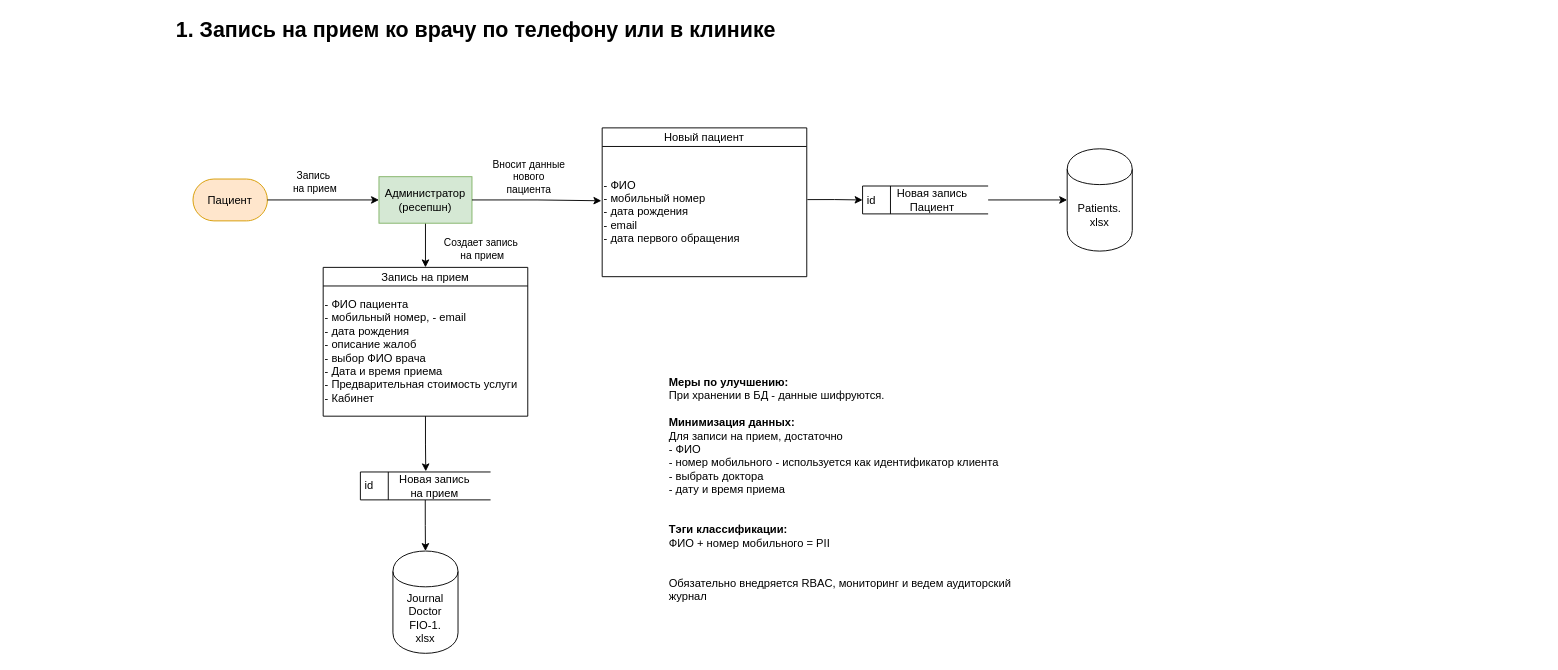
This is page "Запись на прием ко врачу" (1 of 7) of Exc1/Data Flow Diagrams.drawio from Ayzatullin/architecture-sprint-10, a draw.io file, before an edit. Source tidied: cells renumbered, new cells numbered last; positions are measured from the earlier drawing's top-left corner, leaving out a move shared by most shapes. Both pictures are drawn from the tidied source at 93%, with x=0, y=0 at pixel (174, 16).
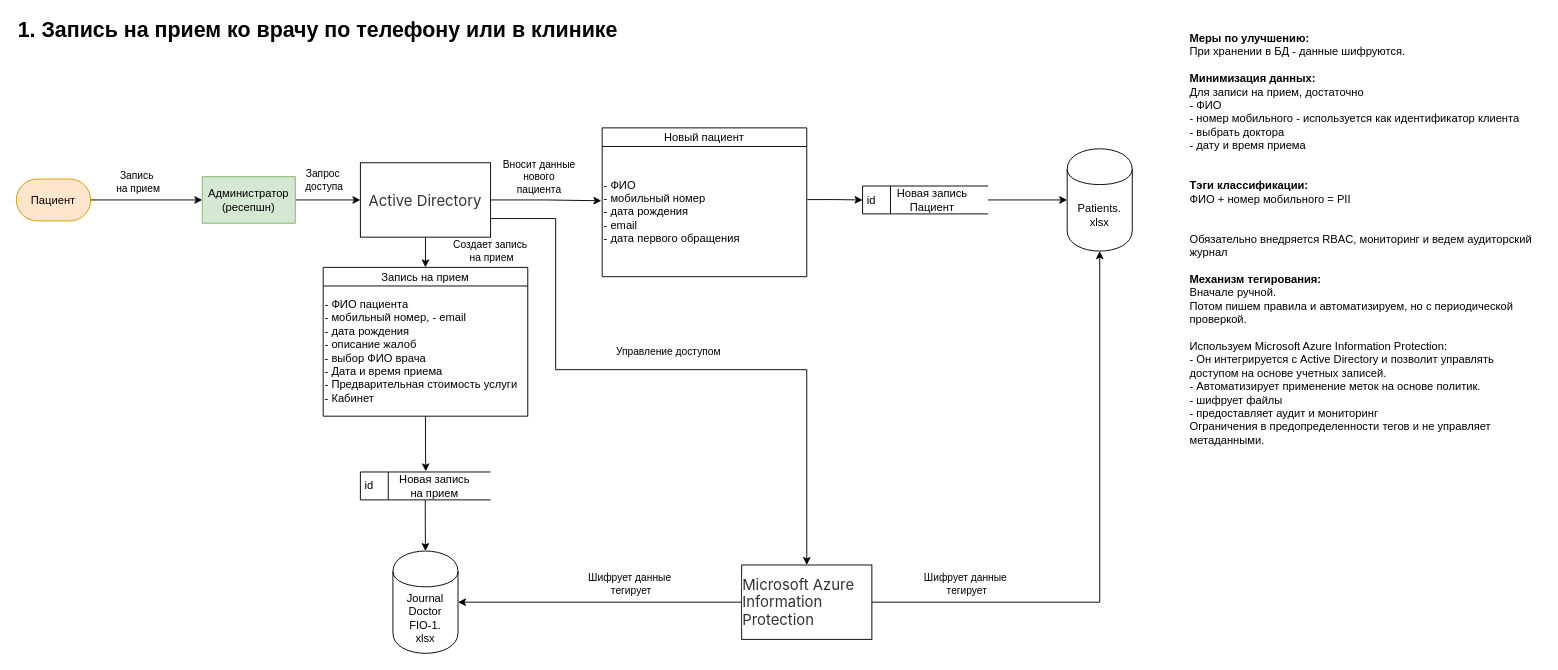
Above is the later version.

Commit message (it also covers changes not shown here):
В 1 задании описал механизм тегирование и инструменты в data flow diagrams

Unchanged cells that the change refers to:
```xml
<mxCell id="6" value="Запись на прием" style="swimlane;fontStyle=0;horizontal=1;startSize=20;fillColor=#ffffff;swimlaneFillColor=#ffffff;" parent="1" vertex="1">
  <mxGeometry x="160" y="270" width="220" height="160" as="geometry" />
</mxCell>
<mxCell id="9" value="Journal&lt;div&gt;Doctor&lt;/div&gt;&lt;div&gt;FIO-1.&lt;/div&gt;&lt;div&gt;xlsx&lt;/div&gt;" style="shape=cylinder;whiteSpace=wrap;html=1;boundedLbl=1;backgroundOutline=1;" parent="1" vertex="1">
  <mxGeometry x="235" y="575" width="70" height="110" as="geometry" />
</mxCell>
<mxCell id="12" value="&lt;div&gt;Patients.&lt;/div&gt;&lt;div&gt;xlsx&lt;/div&gt;" style="shape=cylinder;whiteSpace=wrap;html=1;boundedLbl=1;backgroundOutline=1;" parent="1" vertex="1">
  <mxGeometry x="960" y="142.5" width="70" height="110" as="geometry" />
</mxCell>
<mxCell id="21" value="&lt;div style=&quot;&quot;&gt;- ФИО&lt;/div&gt;&lt;div style=&quot;&quot;&gt;- мобильный номер&lt;/div&gt;&lt;div style=&quot;&quot;&gt;- дата рождения&lt;/div&gt;&lt;div style=&quot;&quot;&gt;- email&lt;/div&gt;&lt;div style=&quot;&quot;&gt;- дата первого обращения&lt;/div&gt;" style="text;html=1;align=left;verticalAlign=middle;whiteSpace=wrap;rounded=0;" parent="1" vertex="1">
  <mxGeometry x="460" y="140" width="220" height="140" as="geometry" />
</mxCell>
```

The edit, as a diff of the source:
```diff
@@
     <mxCell id="2" value="Пациент" style="html=1;dashed=0;whiteSpace=wrap;shape=mxgraph.dfd.start;fillColor=#ffe6cc;strokeColor=#d79b00;" parent="1" vertex="1">
-      <mxGeometry x="20" y="175" width="80" height="45" as="geometry" />
+      <mxGeometry x="-170" y="175" width="80" height="45" as="geometry" />
     </mxCell>
-    <mxCell id="3" style="edgeStyle=orthogonalEdgeStyle;rounded=0;jettySize=auto;html=1;entryX=0.5;entryY=0;entryDx=0;entryDy=0;" parent="1" edge="1" source="5" target="6">
+    <mxCell id="3" style="edgeStyle=orthogonalEdgeStyle;rounded=0;jettySize=auto;html=1;entryX=0.5;entryY=0;entryDx=0;entryDy=0;exitX=0.5;exitY=1;exitDx=0;exitDy=0;" parent="1" edge="1" source="30" target="6">
       <mxGeometry relative="1" as="geometry" />
     </mxCell>
     <mxCell id="4" value="Создает запись&amp;nbsp;&lt;div&gt;на прием&lt;/div&gt;" style="edgeLabel;html=1;align=center;verticalAlign=middle;" parent="3" vertex="1">
       <mxGeometry x="-0.01" y="1" relative="1" as="geometry">
-        <mxPoint x="59" y="4" as="offset" />
+        <mxPoint x="69" y="-1" as="offset" />
       </mxGeometry>
     </mxCell>
+    <mxCell id="26" style="edgeStyle=orthogonalEdgeStyle;rounded=0;jettySize=auto;html=1;entryX=0;entryY=0.5;entryDx=0;entryDy=0;" parent="1" edge="1" source="5" target="30">
+      <mxGeometry relative="1" as="geometry" />
+    </mxCell>
+    <mxCell id="27" value="Запрос&amp;nbsp;&lt;div&gt;доступа&lt;/div&gt;" style="edgeLabel;html=1;align=center;verticalAlign=middle;" parent="26" vertex="1">
+      <mxGeometry x="-0.17" y="1" relative="1" as="geometry">
+        <mxPoint x="1" y="-21" as="offset" />
+      </mxGeometry>
+    </mxCell>
     <mxCell id="5" value="Администратор (ресепшн)" style="html=1;dashed=0;whiteSpace=wrap;fillColor=#d5e8d4;strokeColor=#82b366;" parent="1" vertex="1">
-      <mxGeometry x="220" y="172.5" width="100" height="50" as="geometry" />
+      <mxGeometry x="30" y="172.5" width="100" height="50" as="geometry" />
     </mxCell>
@@
     <mxCell id="18" value="1. Запись на прием ко врачу по телефону или в клинике" style="text;html=1;align=left;verticalAlign=middle;whiteSpace=wrap;rounded=0;fontStyle=1;fontSize=23;" parent="1" vertex="1">
-      <mxGeometry width="660" height="30" as="geometry" />
+      <mxGeometry x="-170" width="660" height="30" as="geometry" />
     </mxCell>
@@
-    <mxCell id="23" style="edgeStyle=orthogonalEdgeStyle;rounded=0;jettySize=auto;html=1;entryX=-0.004;entryY=0.417;entryDx=0;entryDy=0;entryPerimeter=0;" parent="1" edge="1" source="5" target="21">
+    <mxCell id="23" style="edgeStyle=orthogonalEdgeStyle;rounded=0;jettySize=auto;html=1;entryX=-0.004;entryY=0.417;entryDx=0;entryDy=0;entryPerimeter=0;exitX=1;exitY=0.5;exitDx=0;exitDy=0;" parent="1" edge="1" source="30" target="21">
       <mxGeometry relative="1" as="geometry" />
     </mxCell>
@@
-    <mxCell id="25" value="&lt;div&gt;&lt;span style=&quot;background-color: transparent; color: light-dark(rgb(0, 0, 0), rgb(255, 255, 255));&quot;&gt;&lt;b&gt;Меры по улучшению:&lt;/b&gt;&lt;/span&gt;&lt;/div&gt;&lt;div&gt;&lt;span style=&quot;background-color: transparent; color: light-dark(rgb(0, 0, 0), rgb(255, 255, 255));&quot;&gt;При хранении в БД - данные шифруются.&lt;/span&gt;&lt;/div&gt;&lt;div&gt;&lt;span style=&quot;background-color: transparent; color: light-dark(rgb(0, 0, 0), rgb(255, 255, 255));&quot;&gt;&lt;br&gt;&lt;/span&gt;&lt;/div&gt;&lt;div&gt;&lt;span style=&quot;background-color: transparent; color: light-dark(rgb(0, 0, 0), rgb(255, 255, 255));&quot;&gt;&lt;b&gt;Минимизация данных:&lt;/b&gt;&lt;/span&gt;&lt;/div&gt;&lt;div&gt;&lt;span style=&quot;background-color: transparent; color: light-dark(rgb(0, 0, 0), rgb(255, 255, 255));&quot;&gt;Для записи на прием, достаточно&amp;nbsp;&lt;/span&gt;&lt;/div&gt;&lt;div&gt;&lt;span style=&quot;background-color: transparent; color: light-dark(rgb(0, 0, 0), rgb(255, 255, 255));&quot;&gt;- ФИО&lt;/span&gt;&lt;/div&gt;&lt;div&gt;&lt;span style=&quot;background-color: transparent; color: light-dark(rgb(0, 0, 0), rgb(255, 255, 255));&quot;&gt;- номер мобильного - используется как идентификатор клиента&lt;/span&gt;&lt;/div&gt;&lt;div&gt;&lt;span style=&quot;background-color: transparent; color: light-dark(rgb(0, 0, 0), rgb(255, 255, 255));&quot;&gt;- выбрать доктора&lt;/span&gt;&lt;/div&gt;&lt;div&gt;&lt;span style=&quot;background-color: transparent; color: light-dark(rgb(0, 0, 0), rgb(255, 255, 255));&quot;&gt;- дату и время приема&lt;/span&gt;&lt;/div&gt;&lt;div&gt;&lt;span style=&quot;background-color: transparent; color: light-dark(rgb(0, 0, 0), rgb(255, 255, 255));&quot;&gt;&lt;br&gt;&lt;/span&gt;&lt;/div&gt;&lt;div&gt;&lt;br&gt;&lt;/div&gt;&lt;div&gt;&lt;b&gt;Тэги классификации:&lt;/b&gt;&lt;/div&gt;&lt;div&gt;ФИО +&amp;nbsp;&lt;span style=&quot;background-color: transparent; color: light-dark(rgb(0, 0, 0), rgb(255, 255, 255));&quot;&gt;номер мобильного = PII&lt;/span&gt;&lt;/div&gt;&lt;div&gt;&lt;span style=&quot;background-color: transparent; color: light-dark(rgb(0, 0, 0), rgb(255, 255, 255));&quot;&gt;&lt;br&gt;&lt;/span&gt;&lt;/div&gt;&lt;div&gt;&lt;span style=&quot;background-color: transparent; color: light-dark(rgb(0, 0, 0), rgb(255, 255, 255));&quot;&gt;&lt;br&gt;&lt;/span&gt;&lt;/div&gt;&lt;div&gt;&lt;span style=&quot;background-color: transparent; color: light-dark(rgb(0, 0, 0), rgb(255, 255, 255));&quot;&gt;Обязательно внедряется RBAC, мониторинг и ведем аудиторский журнал&lt;/span&gt;&lt;/div&gt;" style="text;html=1;align=left;verticalAlign=top;whiteSpace=wrap;rounded=0;" parent="1" vertex="1">
-      <mxGeometry x="530" y="380" width="380" height="250" as="geometry" />
+    <mxCell id="25" value="&lt;div&gt;&lt;span style=&quot;background-color: transparent; color: light-dark(rgb(0, 0, 0), rgb(255, 255, 255));&quot;&gt;&lt;b&gt;Меры по улучшению:&lt;/b&gt;&lt;/span&gt;&lt;/div&gt;&lt;div&gt;&lt;span style=&quot;background-color: transparent; color: light-dark(rgb(0, 0, 0), rgb(255, 255, 255));&quot;&gt;При хранении в БД - данные шифруются.&lt;/span&gt;&lt;/div&gt;&lt;div&gt;&lt;span style=&quot;background-color: transparent; color: light-dark(rgb(0, 0, 0), rgb(255, 255, 255));&quot;&gt;&lt;br&gt;&lt;/span&gt;&lt;/div&gt;&lt;div&gt;&lt;span style=&quot;background-color: transparent; color: light-dark(rgb(0, 0, 0), rgb(255, 255, 255));&quot;&gt;&lt;b&gt;Минимизация данных:&lt;/b&gt;&lt;/span&gt;&lt;/div&gt;&lt;div&gt;&lt;span style=&quot;background-color: transparent; color: light-dark(rgb(0, 0, 0), rgb(255, 255, 255));&quot;&gt;Для записи на прием, достаточно&amp;nbsp;&lt;/span&gt;&lt;/div&gt;&lt;div&gt;&lt;span style=&quot;background-color: transparent; color: light-dark(rgb(0, 0, 0), rgb(255, 255, 255));&quot;&gt;- ФИО&lt;/span&gt;&lt;/div&gt;&lt;div&gt;&lt;span style=&quot;background-color: transparent; color: light-dark(rgb(0, 0, 0), rgb(255, 255, 255));&quot;&gt;- номер мобильного - используется как идентификатор клиента&lt;/span&gt;&lt;/div&gt;&lt;div&gt;&lt;span style=&quot;background-color: transparent; color: light-dark(rgb(0, 0, 0), rgb(255, 255, 255));&quot;&gt;- выбрать доктора&lt;/span&gt;&lt;/div&gt;&lt;div&gt;&lt;span style=&quot;background-color: transparent; color: light-dark(rgb(0, 0, 0), rgb(255, 255, 255));&quot;&gt;- дату и время приема&lt;/span&gt;&lt;/div&gt;&lt;div&gt;&lt;span style=&quot;background-color: transparent; color: light-dark(rgb(0, 0, 0), rgb(255, 255, 255));&quot;&gt;&lt;br&gt;&lt;/span&gt;&lt;/div&gt;&lt;div&gt;&lt;br&gt;&lt;/div&gt;&lt;div&gt;&lt;b&gt;Тэги классификации:&lt;/b&gt;&lt;/div&gt;&lt;div&gt;ФИО +&amp;nbsp;&lt;span style=&quot;background-color: transparent; color: light-dark(rgb(0, 0, 0), rgb(255, 255, 255));&quot;&gt;номер мобильного = PII&lt;/span&gt;&lt;/div&gt;&lt;div&gt;&lt;span style=&quot;background-color: transparent; color: light-dark(rgb(0, 0, 0), rgb(255, 255, 255));&quot;&gt;&lt;br&gt;&lt;/span&gt;&lt;/div&gt;&lt;div&gt;&lt;span style=&quot;background-color: transparent; color: light-dark(rgb(0, 0, 0), rgb(255, 255, 255));&quot;&gt;&lt;br&gt;&lt;/span&gt;&lt;/div&gt;&lt;div&gt;&lt;span style=&quot;background-color: transparent; color: light-dark(rgb(0, 0, 0), rgb(255, 255, 255));&quot;&gt;Обязательно внедряется RBAC, мониторинг и ведем аудиторский журнал&lt;/span&gt;&lt;/div&gt;&lt;div&gt;&lt;span style=&quot;background-color: transparent; color: light-dark(rgb(0, 0, 0), rgb(255, 255, 255));&quot;&gt;&lt;br&gt;&lt;/span&gt;&lt;/div&gt;&lt;div&gt;&lt;span style=&quot;background-color: transparent; color: light-dark(rgb(0, 0, 0), rgb(255, 255, 255));&quot;&gt;&lt;b&gt;Механизм тегирования:&lt;/b&gt;&lt;/span&gt;&lt;/div&gt;&lt;div&gt;Вначале ручной.&amp;nbsp;&lt;/div&gt;&lt;div&gt;Потом пишем правила и автоматизируем, но с периодической проверкой.&lt;/div&gt;&lt;div&gt;&lt;br&gt;&lt;/div&gt;&lt;div&gt;Используем&amp;nbsp;Microsoft Azure Information Protection:&lt;/div&gt;&lt;div&gt;- Он интегрируется с Active Directory и позволит управлять доступом на основе учетных записей.&lt;/div&gt;&lt;div&gt;- Автоматизирует применение меток на основе политик.&lt;/div&gt;&lt;div&gt;- шифрует файлы&lt;/div&gt;&lt;div&gt;- предоставляет аудит и мониторинг&lt;/div&gt;&lt;div&gt;Ограничения в предопределенности тегов и не управляет метаданными.&lt;/div&gt;" style="text;html=1;align=left;verticalAlign=top;whiteSpace=wrap;rounded=0;" parent="1" vertex="1">
+      <mxGeometry x="1090" y="10" width="380" height="467.5" as="geometry" />
     </mxCell>
+    <mxCell id="28" style="edgeStyle=orthogonalEdgeStyle;rounded=0;jettySize=auto;html=1;exitX=1;exitY=0.75;exitDx=0;exitDy=0;" parent="1" edge="1" source="30" target="35">
+      <mxGeometry relative="1" as="geometry">
+        <Array as="points">
+          <mxPoint x="410" y="218" />
+          <mxPoint x="410" y="380" />
+          <mxPoint x="680" y="380" />
+        </Array>
+      </mxGeometry>
+    </mxCell>
+    <mxCell id="29" value="Управление доступом" style="edgeLabel;html=1;align=center;verticalAlign=middle;" parent="28" vertex="1">
+      <mxGeometry x="-0.04" y="-1" relative="1" as="geometry">
+        <mxPoint x="11" y="-21" as="offset" />
+      </mxGeometry>
+    </mxCell>
+    <mxCell id="30" value="&lt;div style=&quot;text-align: start;&quot;&gt;&lt;font face=&quot;YS Text, -apple-system, BlinkMacSystemFont, Arial, Helvetica, sans-serif&quot; color=&quot;#333333&quot;&gt;&lt;span style=&quot;font-size: 16px; background-color: rgb(255, 255, 255);&quot;&gt;Active Directory&lt;/span&gt;&lt;/font&gt;&lt;/div&gt;" style="html=1;dashed=0;whiteSpace=wrap;" parent="1" vertex="1">
+      <mxGeometry x="200" y="157.5" width="140" height="80" as="geometry" />
+    </mxCell>
+    <mxCell id="31" style="edgeStyle=orthogonalEdgeStyle;rounded=0;jettySize=auto;html=1;entryX=1;entryY=0.5;entryDx=0;entryDy=0;" parent="1" edge="1" source="35" target="9">
+      <mxGeometry relative="1" as="geometry" />
+    </mxCell>
+    <mxCell id="32" value="Шифрует данные&amp;nbsp;&lt;div&gt;тегирует&lt;/div&gt;" style="edgeLabel;html=1;align=center;verticalAlign=middle;" parent="31" vertex="1">
+      <mxGeometry x="-0.27" relative="1" as="geometry">
+        <mxPoint x="-9" y="-20" as="offset" />
+      </mxGeometry>
+    </mxCell>
+    <mxCell id="33" style="edgeStyle=orthogonalEdgeStyle;rounded=0;jettySize=auto;html=1;entryX=0.5;entryY=1;entryDx=0;entryDy=0;" parent="1" edge="1" source="35" target="12">
+      <mxGeometry relative="1" as="geometry" />
+    </mxCell>
+    <mxCell id="34" value="Шифрует данные&amp;nbsp;&lt;div&gt;тегирует&lt;/div&gt;" style="edgeLabel;html=1;align=center;verticalAlign=middle;" parent="33" vertex="1">
+      <mxGeometry x="-0.72" y="-1" relative="1" as="geometry">
+        <mxPoint x="14" y="-21" as="offset" />
+      </mxGeometry>
+    </mxCell>
+    <mxCell id="35" value="&lt;div style=&quot;text-align: start;&quot;&gt;&lt;font face=&quot;YS Text, -apple-system, BlinkMacSystemFont, Arial, Helvetica, sans-serif&quot; color=&quot;#333333&quot;&gt;&lt;span style=&quot;font-size: 16px; background-color: rgb(255, 255, 255);&quot;&gt;Microsoft Azure Information Protection&lt;/span&gt;&lt;/font&gt;&lt;/div&gt;" style="html=1;dashed=0;whiteSpace=wrap;" parent="1" vertex="1">
+      <mxGeometry x="610" y="590" width="140" height="80" as="geometry" />
+    </mxCell>
```
